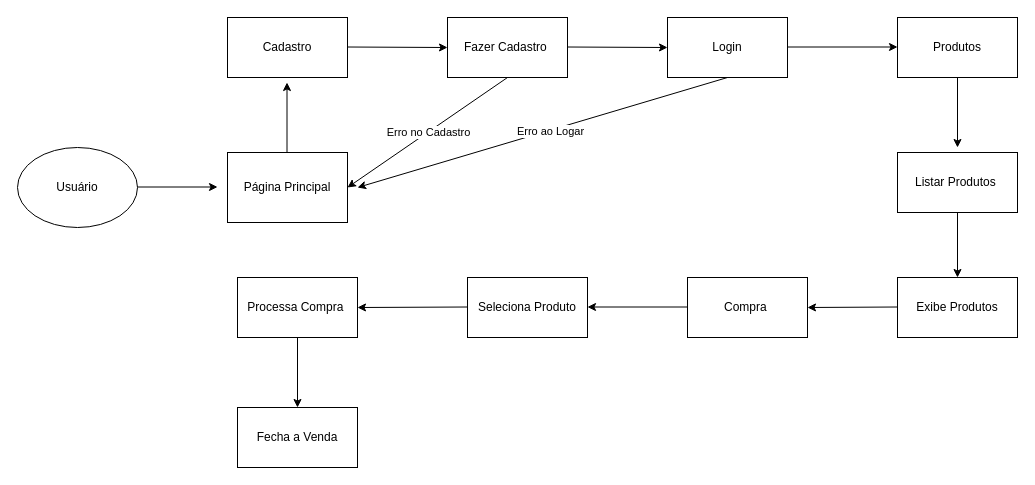
Claudinei-RDC/Ti keeps this draw.io diagram as Diagrama sem nome.drawio. Above is the earlier version. Source tidied: cells renumbered, new cells numbered last; positions are measured from the earlier drawing's top-left corner, leaving out a move shared by most shapes. Both pictures are drawn from the tidied source at 100%, with x=0, y=0 at pixel (17, 17).
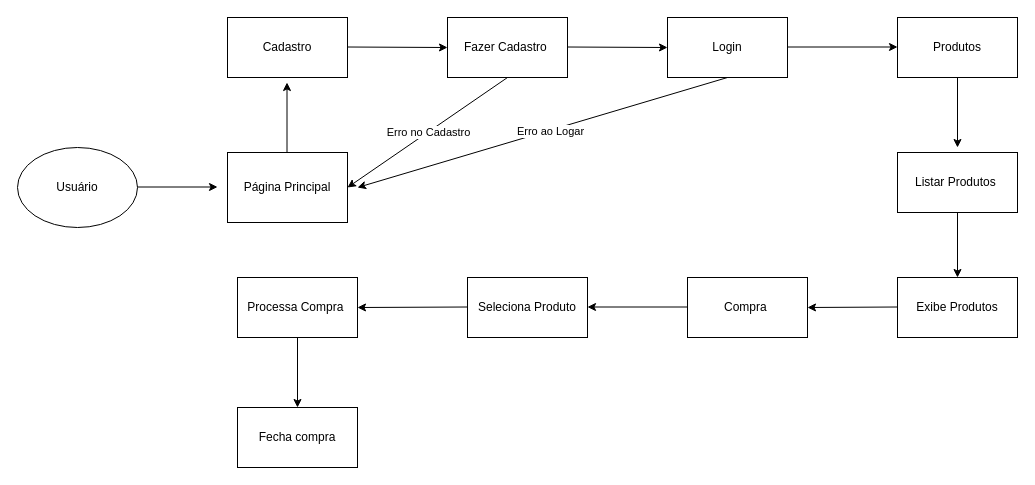
The same page after the edit.

What changed in the source:
```diff
@@
-    <mxCell id="28" value="Fecha a Venda" style="rounded=0;whiteSpace=wrap;html=1;" parent="1" vertex="1">
+    <mxCell id="28" value="Fecha compra" style="rounded=0;whiteSpace=wrap;html=1;" parent="1" vertex="1">
       <mxGeometry x="220" y="390" width="120" height="60" as="geometry" />
     </mxCell>
```
